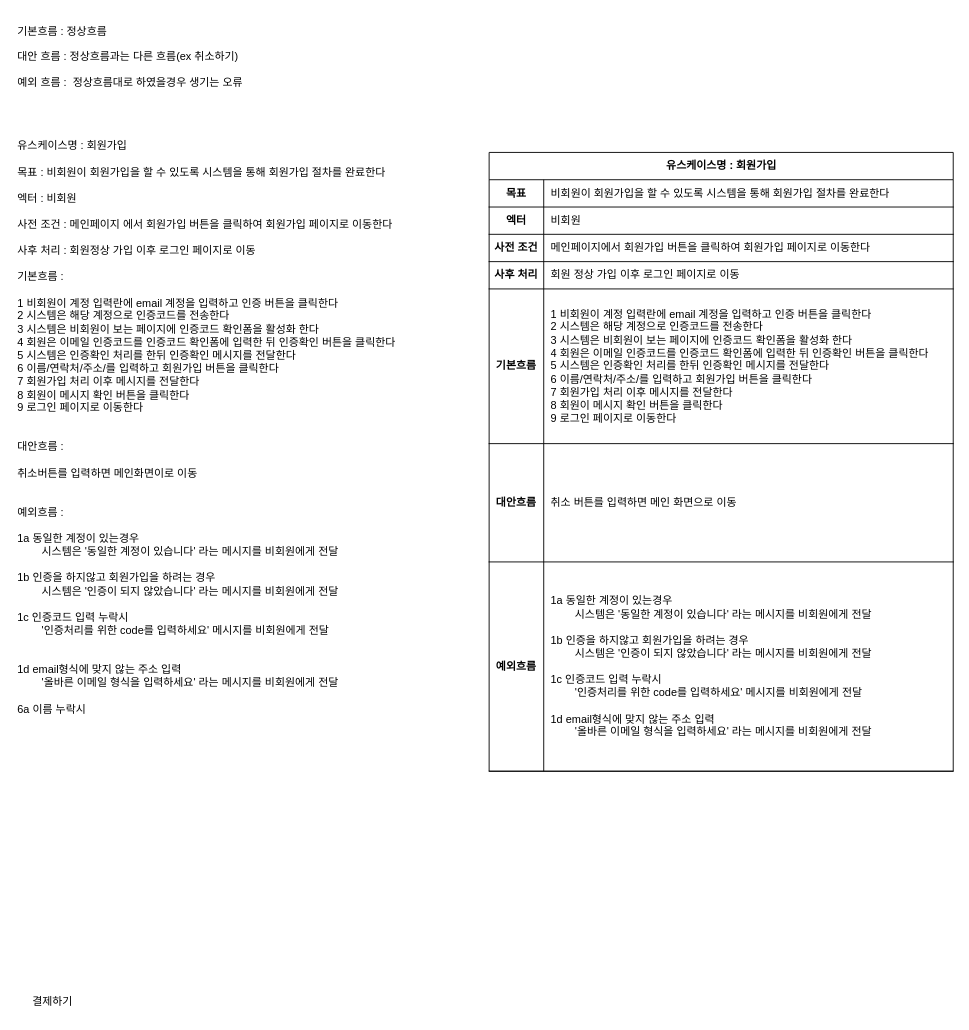
Earlier version of the draw.io diagram page "03 [예제] 유스케이스 명세서" (3 of 3) of DOCUMENT/01/00유스케이스.drawio (STD-INFO-COMPUTING-WEB-2024-07-30/03_SCREEN_PLAN). Source tidied: cells renumbered, new cells numbered last; positions are measured from the earlier drawing's top-left corner, leaving out a move shared by most shapes. Both pictures are drawn from the tidied source at 91%, with x=0, y=0 at pixel (15, 15).
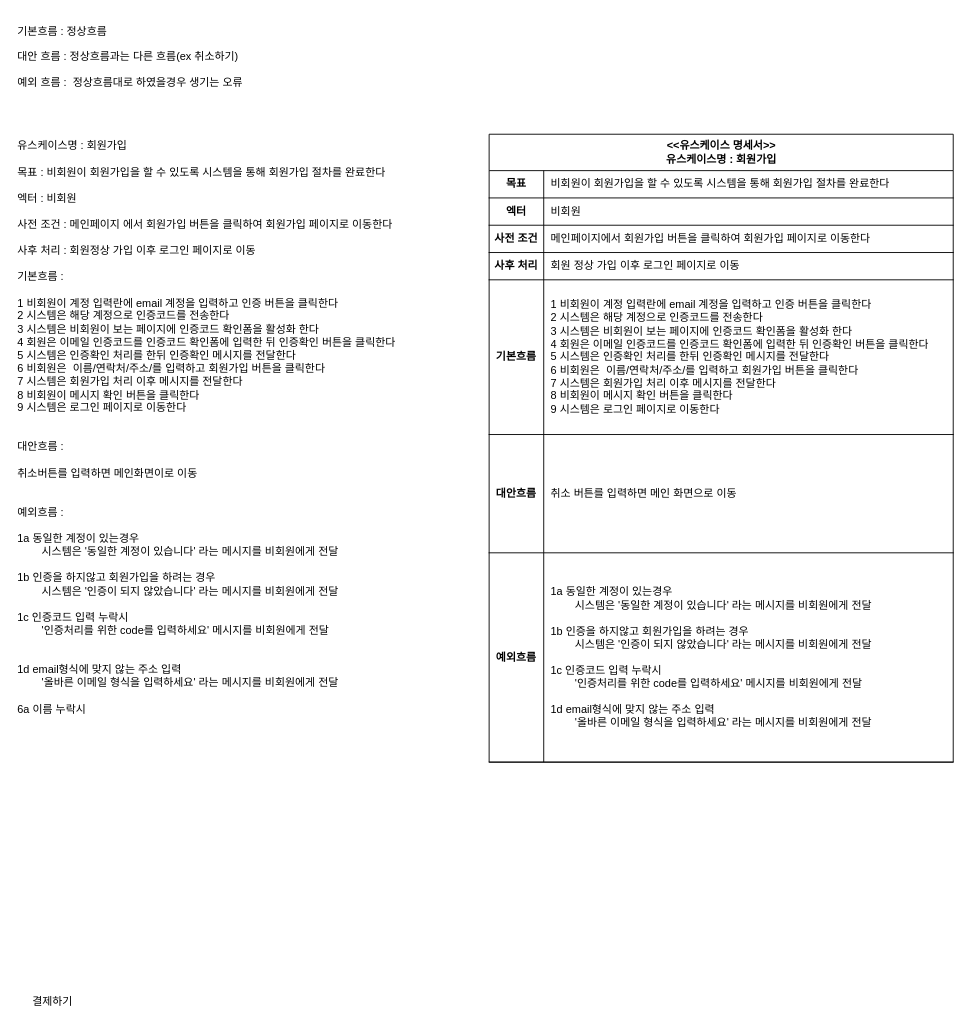
The same diagram, later.

What changed in the source:
```diff
@@
-    <mxCell id="2" value="유스케이스명 : 회원가입&lt;div&gt;&lt;br&gt;&lt;/div&gt;&lt;div&gt;목표 : 비회원이 회원가입을 할 수 있도록 시스템을 통해 회원가입 절차를 완료한다&lt;br&gt;&lt;div&gt;&lt;br&gt;&lt;/div&gt;&lt;/div&gt;&lt;div&gt;엑터 : 비회원&lt;/div&gt;&lt;div&gt;&lt;br&gt;&lt;/div&gt;&lt;div&gt;사전 조건 : 메인페이지 에서 회원가입 버튼을 클릭하여 회원가입 페이지로 이동한다&lt;/div&gt;&lt;div&gt;&lt;br&gt;&lt;/div&gt;&lt;div&gt;사후 처리 : 회원정상 가입 이후 로그인 페이지로 이동&lt;/div&gt;&lt;div&gt;&lt;br&gt;&lt;/div&gt;&lt;div&gt;기본흐름 :&amp;nbsp;&lt;/div&gt;&lt;div&gt;&lt;br&gt;&lt;/div&gt;&lt;div&gt;1 비회원이 계정 입력란에 email 계정을 입력하고 인증 버튼을 클릭한다&lt;/div&gt;&lt;div&gt;2 시스템은 해당 계정으로 인증코드를 전송한다&lt;/div&gt;&lt;div&gt;3 시스템은 비회원이 보는 페이지에 인증코드 확인폼을 활성화 한다&lt;/div&gt;&lt;div&gt;4 회원은 이메일 인증코드를 인증코드 확인폼에 입력한 뒤 인증확인 버튼을 클릭한다&lt;/div&gt;&lt;div&gt;5 시스템은 인증확인 처리를 한뒤 인증확인 메시지를 전달한다&lt;/div&gt;&lt;div&gt;6 이름/연락처/주소/를 입력하고 회원가입 버튼을 클릭한다&lt;/div&gt;&lt;div&gt;7 회원가입 처리 이후 메시지를 전달한다&lt;/div&gt;&lt;div&gt;8 회원이 메시지 확인 버튼을 클릭한다&lt;/div&gt;&lt;div&gt;9 로그인 페이지로 이동한다&lt;/div&gt;&lt;div&gt;&lt;br&gt;&lt;/div&gt;&lt;div&gt;&lt;br&gt;&lt;/div&gt;&lt;div&gt;대안흐름 :&amp;nbsp;&lt;br&gt;&lt;/div&gt;&lt;div&gt;&lt;br&gt;&lt;/div&gt;&lt;div&gt;취소버튼를 입력하면 메인화면이로 이동&lt;br&gt;&lt;/div&gt;&lt;div&gt;&lt;br&gt;&lt;/div&gt;&lt;div&gt;&lt;br&gt;&lt;/div&gt;&lt;div&gt;예외흐름 :&amp;nbsp;&lt;/div&gt;&lt;div&gt;&lt;br&gt;&lt;/div&gt;&lt;div&gt;1a 동일한 계정이 있는경우&lt;/div&gt;&lt;div&gt;&lt;span style=&quot;white-space: pre;&quot;&gt;&#9;&lt;/span&gt;시스템은 '동일한 계정이 있습니다' 라는 메시지를 비회원에게 전달&lt;br&gt;&lt;/div&gt;&lt;div&gt;&lt;br&gt;&lt;/div&gt;&lt;div&gt;1b 인증을 하지않고 회원가입을 하려는 경우&lt;/div&gt;&lt;div&gt;&lt;span style=&quot;white-space: pre;&quot;&gt;&#9;&lt;/span&gt;시스템은 '인증이 되지 않았습니다' 라는 메시지를 비회원에게 전달&lt;br&gt;&lt;/div&gt;&lt;div&gt;&lt;br&gt;&lt;/div&gt;&lt;div&gt;1c 인증코드 입력 누락시&lt;br&gt;&lt;/div&gt;&lt;div&gt;&lt;span style=&quot;white-space: pre;&quot;&gt;&#9;&lt;/span&gt;'인증처리를 위한 code를 입력하세요' 메시지를 비회원에게 전달&lt;br&gt;&lt;/div&gt;&lt;div&gt;&lt;br&gt;&lt;/div&gt;&lt;div&gt;&lt;br&gt;&lt;/div&gt;&lt;div&gt;&lt;span style=&quot;background-color: initial;&quot;&gt;1d email형식에 맞지 않는 주소 입력&lt;/span&gt;&lt;br&gt;&lt;/div&gt;&lt;div&gt;&lt;span style=&quot;white-space: pre;&quot;&gt;&#9;&lt;/span&gt;'올바른 이메일 형식을 입력하세요' 라는 메시지를 비회원에게 전달&lt;br&gt;&lt;/div&gt;&lt;div&gt;&lt;br&gt;&lt;/div&gt;&lt;div&gt;6a 이름 누락시&lt;/div&gt;&lt;div&gt;&lt;br&gt;&lt;/div&gt;&lt;div&gt;&lt;br&gt;&lt;/div&gt;&lt;div&gt;&lt;br&gt;&lt;/div&gt;&lt;div&gt;&lt;span style=&quot;white-space: pre;&quot;&gt;&#9;&lt;/span&gt;&lt;br&gt;&lt;/div&gt;&lt;div&gt;&lt;br&gt;&lt;/div&gt;&lt;div&gt;&lt;br&gt;&lt;/div&gt;&lt;div&gt;&amp;nbsp;&lt;/div&gt;&lt;div&gt;&lt;br&gt;&lt;/div&gt;" style="text;html=1;align=left;verticalAlign=middle;strokeColor=none;fillColor=none;" parent="1" vertex="1">
+    <mxCell id="2" value="유스케이스명 : 회원가입&lt;div&gt;&lt;br&gt;&lt;/div&gt;&lt;div&gt;목표 : 비회원이 회원가입을 할 수 있도록 시스템을 통해 회원가입 절차를 완료한다&lt;br&gt;&lt;div&gt;&lt;br&gt;&lt;/div&gt;&lt;/div&gt;&lt;div&gt;엑터 : 비회원&lt;/div&gt;&lt;div&gt;&lt;br&gt;&lt;/div&gt;&lt;div&gt;사전 조건 : 메인페이지 에서 회원가입 버튼을 클릭하여 회원가입 페이지로 이동한다&lt;/div&gt;&lt;div&gt;&lt;br&gt;&lt;/div&gt;&lt;div&gt;사후 처리 : 회원정상 가입 이후 로그인 페이지로 이동&lt;/div&gt;&lt;div&gt;&lt;br&gt;&lt;/div&gt;&lt;div&gt;기본흐름 :&amp;nbsp;&lt;/div&gt;&lt;div&gt;&lt;br&gt;&lt;/div&gt;&lt;div&gt;1 비회원이 계정 입력란에 email 계정을 입력하고 인증 버튼을 클릭한다&lt;/div&gt;&lt;div&gt;2 시스템은 해당 계정으로 인증코드를 전송한다&lt;/div&gt;&lt;div&gt;3 시스템은 비회원이 보는 페이지에 인증코드 확인폼을 활성화 한다&lt;/div&gt;&lt;div&gt;4 회원은 이메일 인증코드를 인증코드 확인폼에 입력한 뒤 인증확인 버튼을 클릭한다&lt;/div&gt;&lt;div&gt;5 시스템은 인증확인 처리를 한뒤 인증확인 메시지를 전달한다&lt;/div&gt;&lt;div&gt;6 비회원은&amp;nbsp; 이름/연락처/주소/를 입력하고 회원가입 버튼을 클릭한다&lt;/div&gt;&lt;div&gt;7 시스템은 회원가입 처리 이후 메시지를 전달한다&lt;/div&gt;&lt;div&gt;8 비회원이 메시지 확인 버튼을 클릭한다&lt;/div&gt;&lt;div&gt;9 시스템은 로그인 페이지로 이동한다&lt;/div&gt;&lt;div&gt;&lt;br&gt;&lt;/div&gt;&lt;div&gt;&lt;br&gt;&lt;/div&gt;&lt;div&gt;대안흐름 :&amp;nbsp;&lt;br&gt;&lt;/div&gt;&lt;div&gt;&lt;br&gt;&lt;/div&gt;&lt;div&gt;취소버튼를 입력하면 메인화면이로 이동&lt;br&gt;&lt;/div&gt;&lt;div&gt;&lt;br&gt;&lt;/div&gt;&lt;div&gt;&lt;br&gt;&lt;/div&gt;&lt;div&gt;예외흐름 :&amp;nbsp;&lt;/div&gt;&lt;div&gt;&lt;br&gt;&lt;/div&gt;&lt;div&gt;1a 동일한 계정이 있는경우&lt;/div&gt;&lt;div&gt;&lt;span style=&quot;white-space: pre;&quot;&gt;&#9;&lt;/span&gt;시스템은 '동일한 계정이 있습니다' 라는 메시지를 비회원에게 전달&lt;br&gt;&lt;/div&gt;&lt;div&gt;&lt;br&gt;&lt;/div&gt;&lt;div&gt;1b 인증을 하지않고 회원가입을 하려는 경우&lt;/div&gt;&lt;div&gt;&lt;span style=&quot;white-space: pre;&quot;&gt;&#9;&lt;/span&gt;시스템은 '인증이 되지 않았습니다' 라는 메시지를 비회원에게 전달&lt;br&gt;&lt;/div&gt;&lt;div&gt;&lt;br&gt;&lt;/div&gt;&lt;div&gt;1c 인증코드 입력 누락시&lt;br&gt;&lt;/div&gt;&lt;div&gt;&lt;span style=&quot;white-space: pre;&quot;&gt;&#9;&lt;/span&gt;'인증처리를 위한 code를 입력하세요' 메시지를 비회원에게 전달&lt;br&gt;&lt;/div&gt;&lt;div&gt;&lt;br&gt;&lt;/div&gt;&lt;div&gt;&lt;br&gt;&lt;/div&gt;&lt;div&gt;&lt;span style=&quot;background-color: initial;&quot;&gt;1d email형식에 맞지 않는 주소 입력&lt;/span&gt;&lt;br&gt;&lt;/div&gt;&lt;div&gt;&lt;span style=&quot;white-space: pre;&quot;&gt;&#9;&lt;/span&gt;'올바른 이메일 형식을 입력하세요' 라는 메시지를 비회원에게 전달&lt;br&gt;&lt;/div&gt;&lt;div&gt;&lt;br&gt;&lt;/div&gt;&lt;div&gt;6a 이름 누락시&lt;/div&gt;&lt;div&gt;&lt;br&gt;&lt;/div&gt;&lt;div&gt;&lt;br&gt;&lt;/div&gt;&lt;div&gt;&lt;br&gt;&lt;/div&gt;&lt;div&gt;&lt;span style=&quot;white-space: pre;&quot;&gt;&#9;&lt;/span&gt;&lt;br&gt;&lt;/div&gt;&lt;div&gt;&lt;br&gt;&lt;/div&gt;&lt;div&gt;&lt;br&gt;&lt;/div&gt;&lt;div&gt;&amp;nbsp;&lt;/div&gt;&lt;div&gt;&lt;br&gt;&lt;/div&gt;" style="text;html=1;align=left;verticalAlign=middle;strokeColor=none;fillColor=none;" parent="1" vertex="1">
       <mxGeometry y="130" width="470" height="760" as="geometry" />
     </mxCell>
-    <mxCell id="3" value="유스케이스명 : 회원가입" style="shape=table;startSize=30;childLayout=tableLayout;rowLines=0;fontStyle=1;align=center;html=1;" parent="1" vertex="1">
-      <mxGeometry x="520" y="150" width="510" height="680" as="geometry" />
+    <mxCell id="3" value="&lt;div&gt;&amp;lt;&amp;lt;유스케이스 명세서&amp;gt;&amp;gt;&lt;/div&gt;유스케이스명 : 회원가입" style="shape=table;startSize=40;childLayout=tableLayout;rowLines=0;fontStyle=1;align=center;html=1;" parent="1" vertex="1">
+      <mxGeometry x="520" y="130" width="510" height="690" as="geometry" />
     </mxCell>
     <mxCell id="4" style="shape=tableRow;horizontal=0;startSize=0;swimlaneHead=0;swimlaneBody=0;fillColor=none;top=0;left=0;right=0;bottom=1;strokeColor=default;verticalAlign=middle;fontStyle=0;" parent="3" vertex="1">
-      <mxGeometry y="30" width="510" height="30" as="geometry" />
+      <mxGeometry y="40" width="510" height="30" as="geometry" />
     </mxCell>
@@
     <mxCell id="7" style="shape=tableRow;horizontal=0;startSize=0;swimlaneHead=0;swimlaneBody=0;fillColor=none;top=0;left=0;right=0;bottom=1;" parent="3" vertex="1">
-      <mxGeometry y="60" width="510" height="30" as="geometry" />
+      <mxGeometry y="70" width="510" height="30" as="geometry" />
     </mxCell>
@@
     <mxCell id="10" style="shape=tableRow;horizontal=0;startSize=0;swimlaneHead=0;swimlaneBody=0;fillColor=none;top=0;left=0;right=0;bottom=1;" parent="3" vertex="1">
-      <mxGeometry y="90" width="510" height="30" as="geometry" />
+      <mxGeometry y="100" width="510" height="30" as="geometry" />
     </mxCell>
@@
     <mxCell id="13" style="shape=tableRow;horizontal=0;startSize=0;swimlaneHead=0;swimlaneBody=0;fillColor=none;top=0;left=0;right=0;bottom=1;" parent="3" vertex="1">
-      <mxGeometry y="120" width="510" height="30" as="geometry" />
+      <mxGeometry y="130" width="510" height="30" as="geometry" />
     </mxCell>
@@
     <mxCell id="16" style="shape=tableRow;horizontal=0;startSize=0;swimlaneHead=0;swimlaneBody=0;fillColor=none;top=0;left=0;right=0;bottom=1;" parent="3" vertex="1">
-      <mxGeometry y="150" width="510" height="170" as="geometry" />
+      <mxGeometry y="160" width="510" height="170" as="geometry" />
     </mxCell>
@@
-    <mxCell id="18" value="&lt;div style=&quot;text-wrap: nowrap;&quot;&gt;1 비회원이 계정 입력란에 email 계정을 입력하고 인증 버튼을 클릭한다&lt;/div&gt;&lt;div style=&quot;text-wrap: nowrap;&quot;&gt;2 시스템은 해당 계정으로 인증코드를 전송한다&lt;/div&gt;&lt;div style=&quot;text-wrap: nowrap;&quot;&gt;3 시스템은 비회원이 보는 페이지에 인증코드 확인폼을 활성화 한다&lt;/div&gt;&lt;div style=&quot;text-wrap: nowrap;&quot;&gt;4 회원은 이메일 인증코드를 인증코드 확인폼에 입력한 뒤 인증확인 버튼을 클릭한다&lt;/div&gt;&lt;div style=&quot;text-wrap: nowrap;&quot;&gt;5 시스템은 인증확인 처리를 한뒤 인증확인 메시지를 전달한다&lt;/div&gt;&lt;div style=&quot;text-wrap: nowrap;&quot;&gt;6 이름/연락처/주소/를 입력하고 회원가입 버튼을 클릭한다&lt;/div&gt;&lt;div style=&quot;text-wrap: nowrap;&quot;&gt;7 회원가입 처리 이후 메시지를 전달한다&lt;/div&gt;&lt;div style=&quot;text-wrap: nowrap;&quot;&gt;8 회원이 메시지 확인 버튼을 클릭한다&lt;/div&gt;&lt;div style=&quot;text-wrap: nowrap;&quot;&gt;9 로그인 페이지로 이동한다&lt;/div&gt;" style="shape=partialRectangle;fillColor=none;top=0;left=0;bottom=0;right=0;align=left;spacingLeft=6;fontStyle=0;overflow=hidden;whiteSpace=wrap;html=1;" parent="16" vertex="1">
+    <mxCell id="18" value="&lt;div style=&quot;text-wrap: nowrap;&quot;&gt;&lt;div&gt;1 비회원이 계정 입력란에 email 계정을 입력하고 인증 버튼을 클릭한다&lt;/div&gt;&lt;div&gt;2 시스템은 해당 계정으로 인증코드를 전송한다&lt;/div&gt;&lt;div&gt;3 시스템은 비회원이 보는 페이지에 인증코드 확인폼을 활성화 한다&lt;/div&gt;&lt;div&gt;4 회원은 이메일 인증코드를 인증코드 확인폼에 입력한 뒤 인증확인 버튼을 클릭한다&lt;/div&gt;&lt;div&gt;5 시스템은 인증확인 처리를 한뒤 인증확인 메시지를 전달한다&lt;/div&gt;&lt;div&gt;6 비회원은&amp;nbsp; 이름/연락처/주소/를 입력하고 회원가입 버튼을 클릭한다&lt;/div&gt;&lt;div&gt;7 시스템은 회원가입 처리 이후 메시지를 전달한다&lt;/div&gt;&lt;div&gt;8 비회원이 메시지 확인 버튼을 클릭한다&lt;/div&gt;&lt;div&gt;9 시스템은 로그인 페이지로 이동한다&lt;/div&gt;&lt;/div&gt;" style="shape=partialRectangle;fillColor=none;top=0;left=0;bottom=0;right=0;align=left;spacingLeft=6;fontStyle=0;overflow=hidden;whiteSpace=wrap;html=1;" parent="16" vertex="1">
       <mxGeometry x="60" width="450" height="170" as="geometry" />
     </mxCell>
     <mxCell id="19" style="shape=tableRow;horizontal=0;startSize=0;swimlaneHead=0;swimlaneBody=0;fillColor=none;top=0;left=0;right=0;bottom=1;" parent="3" vertex="1">
-      <mxGeometry y="320" width="510" height="130" as="geometry" />
+      <mxGeometry y="330" width="510" height="130" as="geometry" />
     </mxCell>
@@
     <mxCell id="22" style="shape=tableRow;horizontal=0;startSize=0;swimlaneHead=0;swimlaneBody=0;fillColor=none;top=0;left=0;right=0;bottom=1;" parent="3" vertex="1">
-      <mxGeometry y="450" width="510" height="230" as="geometry" />
+      <mxGeometry y="460" width="510" height="230" as="geometry" />
     </mxCell>
```
